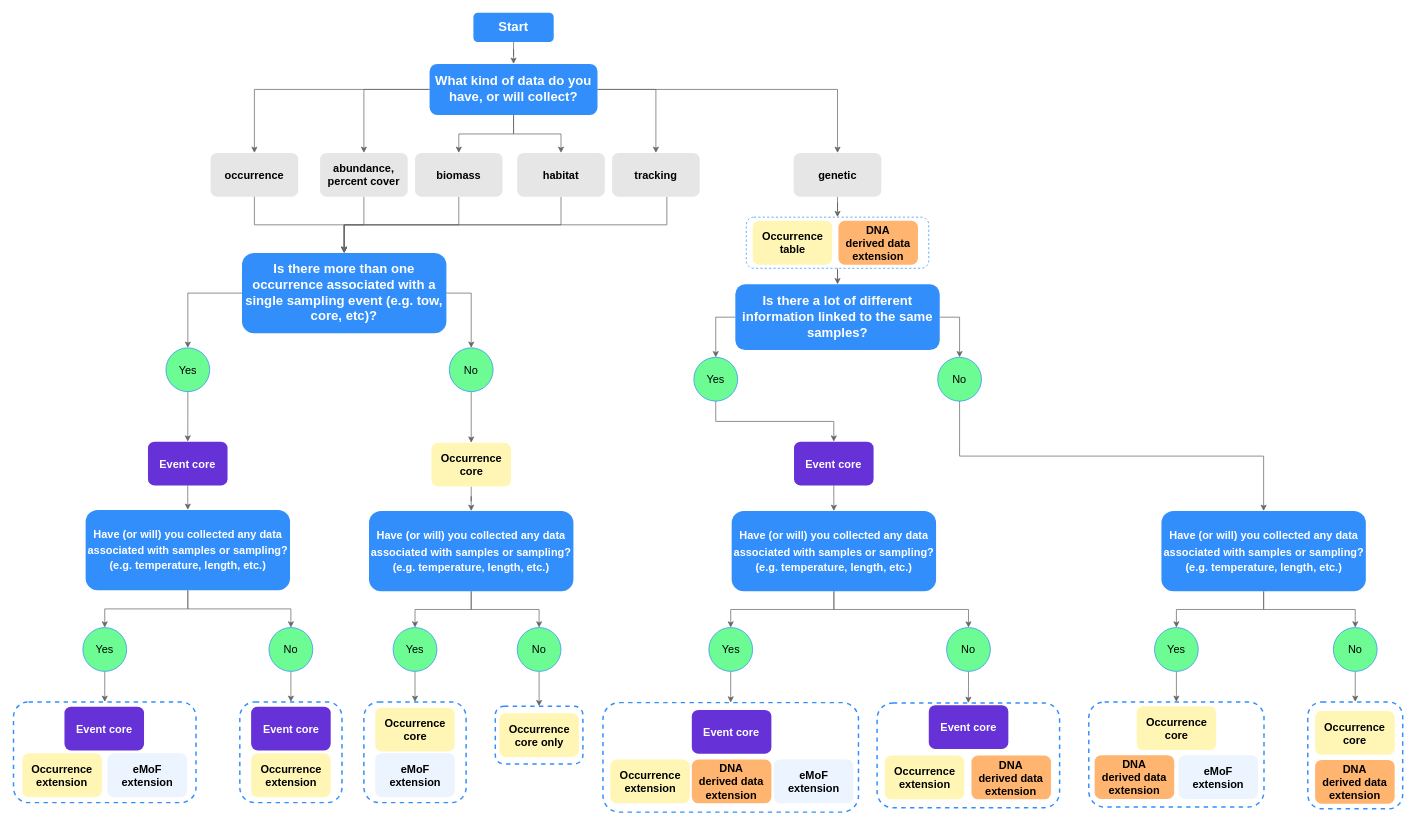
The draw.io diagram OBIS-data.drawio in iobis/manual, before the edit. Source tidied: cells renumbered, new cells numbered last; positions are measured from the earlier drawing's top-left corner, leaving out a move shared by most shapes. Both pictures are drawn from the tidied source at 73%, with x=0, y=0 at pixel (13, 12).
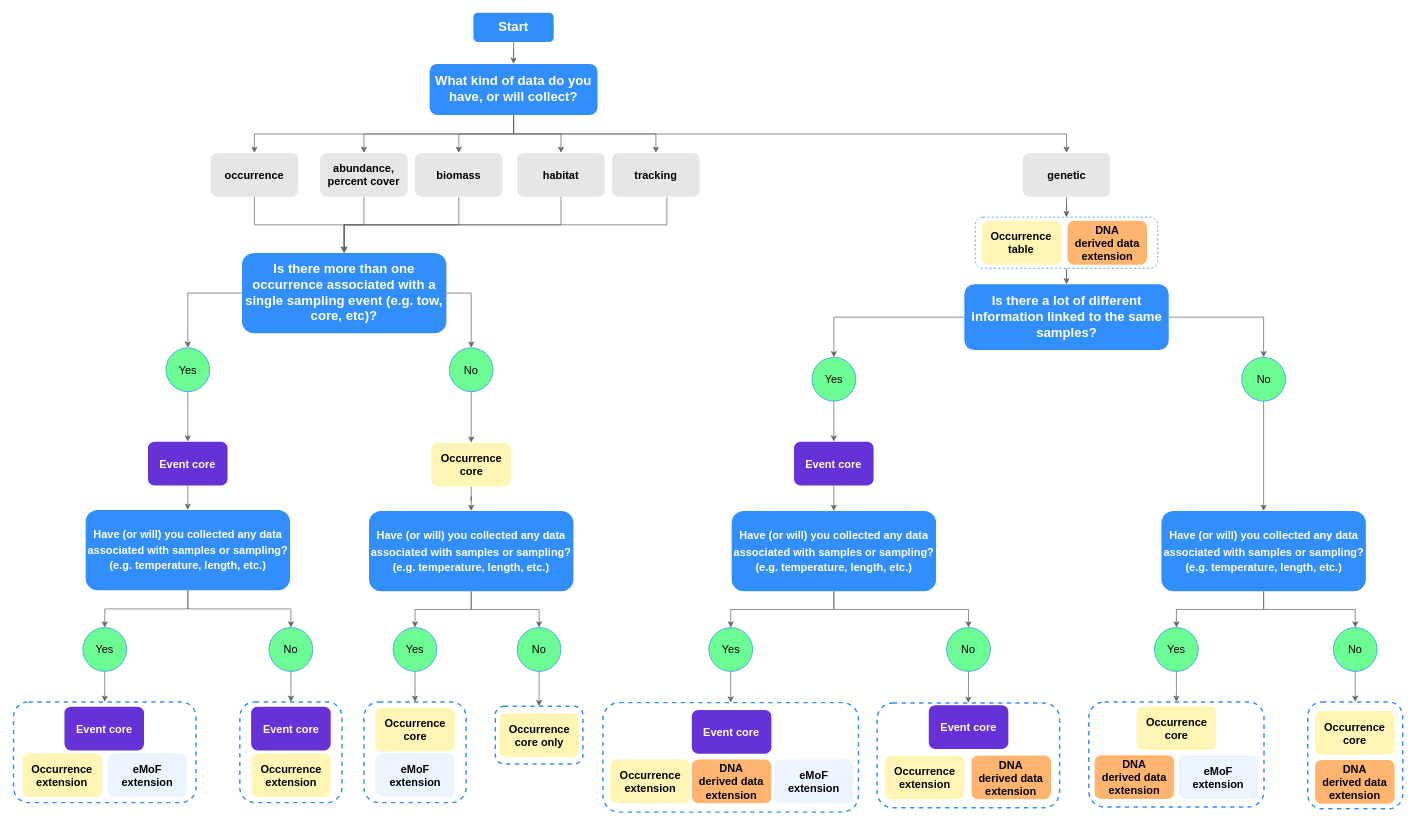
The same diagram, later.

Commit message (it also covers changes not shown here):
small aesthetic change to data structure flowchart

The change refers to these unchanged cells:
```xml
<mxCell id="8" value="What kind of data do you have, or will collect?" style="rounded=1;whiteSpace=wrap;html=1;shadow=0;fillColor=#328EFB;fontStyle=1;fontSize=18;align=center;verticalAlign=middle;fontFamily=Helvetica;fontColor=#FFFFFF;strokeColor=none;" parent="1" vertex="1">
  <mxGeometry x="570" y="70" width="230" height="70" as="geometry" />
</mxCell>
<mxCell id="9" value="occurrence" style="rounded=1;whiteSpace=wrap;html=1;fillColor=#E6E6E6;fontSize=15;fontStyle=1;strokeColor=none;" parent="1" vertex="1">
  <mxGeometry x="270" y="192" width="120" height="60" as="geometry" />
</mxCell>
<mxCell id="16" value="tracking" style="whiteSpace=wrap;html=1;rounded=1;fillColor=#E6E6E6;fontSize=15;fontStyle=1;strokeColor=none;" parent="1" vertex="1">
  <mxGeometry x="820" y="192" width="120" height="60" as="geometry" />
</mxCell>
<mxCell id="23" value="abundance, percent cover" style="whiteSpace=wrap;html=1;rounded=1;fillColor=#E6E6E6;fontSize=15;fontStyle=1;strokeColor=none;" parent="1" vertex="1">
  <mxGeometry x="420" y="192" width="120" height="60" as="geometry" />
</mxCell>
```

Diff of the diagram source:
```diff
@@
-    <mxCell id="2" style="edgeStyle=orthogonalEdgeStyle;rounded=0;jettySize=auto;html=1;fontSize=15;strokeColor=#666666;align=center;verticalAlign=middle;fontFamily=Helvetica;fontColor=default;labelBackgroundColor=default;endArrow=classic;" parent="1" edge="1" source="8" target="9">
+    <mxCell id="2" style="edgeStyle=orthogonalEdgeStyle;rounded=0;jettySize=auto;html=1;fontSize=15;strokeColor=#666666;align=center;verticalAlign=middle;fontFamily=Helvetica;fontColor=default;labelBackgroundColor=default;endArrow=classic;exitX=0.5;exitY=1;exitDx=0;exitDy=0;" parent="1" edge="1" source="8" target="9">
       <mxGeometry relative="1" as="geometry" />
     </mxCell>
-    <mxCell id="3" style="edgeStyle=orthogonalEdgeStyle;rounded=0;jettySize=auto;html=1;fontSize=15;strokeColor=#666666;align=center;verticalAlign=middle;fontFamily=Helvetica;fontColor=default;labelBackgroundColor=default;endArrow=classic;" parent="1" edge="1" source="8" target="11">
+    <mxCell id="3" style="edgeStyle=orthogonalEdgeStyle;rounded=0;jettySize=auto;html=1;fontSize=15;strokeColor=#666666;align=center;verticalAlign=middle;fontFamily=Helvetica;fontColor=default;labelBackgroundColor=default;endArrow=classic;exitX=0.5;exitY=1;exitDx=0;exitDy=0;" parent="1" edge="1" source="8" target="11">
       <mxGeometry relative="1" as="geometry" />
     </mxCell>
-    <mxCell id="4" style="edgeStyle=orthogonalEdgeStyle;rounded=0;jettySize=auto;html=1;fontSize=15;strokeColor=#666666;align=center;verticalAlign=middle;fontFamily=Helvetica;fontColor=default;labelBackgroundColor=default;endArrow=classic;" parent="1" edge="1" source="8" target="23">
+    <mxCell id="4" style="edgeStyle=orthogonalEdgeStyle;rounded=0;jettySize=auto;html=1;fontSize=15;strokeColor=#666666;align=center;verticalAlign=middle;fontFamily=Helvetica;fontColor=default;labelBackgroundColor=default;endArrow=classic;exitX=0.5;exitY=1;exitDx=0;exitDy=0;" parent="1" edge="1" source="8" target="23">
       <mxGeometry relative="1" as="geometry" />
     </mxCell>
@@
-    <mxCell id="7" style="edgeStyle=orthogonalEdgeStyle;rounded=0;jettySize=auto;html=1;fontSize=15;strokeColor=#666666;align=center;verticalAlign=middle;fontFamily=Helvetica;fontColor=default;labelBackgroundColor=default;endArrow=classic;" parent="1" edge="1" source="8" target="16">
+    <mxCell id="7" style="edgeStyle=orthogonalEdgeStyle;rounded=0;jettySize=auto;html=1;fontSize=15;strokeColor=#666666;align=center;verticalAlign=middle;fontFamily=Helvetica;fontColor=default;labelBackgroundColor=default;endArrow=classic;exitX=0.5;exitY=1;exitDx=0;exitDy=0;" parent="1" edge="1" source="8" target="16">
       <mxGeometry relative="1" as="geometry" />
     </mxCell>
@@
     <mxCell id="11" value="genetic" style="whiteSpace=wrap;html=1;rounded=1;fillColor=#E6E6E6;fontSize=15;fontStyle=1;strokeColor=none;" parent="1" vertex="1">
-      <mxGeometry x="1068.8" y="192" width="120" height="60" as="geometry" />
+      <mxGeometry x="1382.5" y="192" width="120" height="60" as="geometry" />
     </mxCell>
@@
     <mxCell id="42" value="Occurrence table" style="whiteSpace=wrap;html=1;rounded=1;fillColor=#FFF6B6;fontSize=15;align=center;verticalAlign=middle;fontFamily=Helvetica;fontColor=default;fontStyle=1;strokeColor=none;" parent="1" vertex="1">
-      <mxGeometry x="1012.5" y="285" width="109" height="60" as="geometry" />
+      <mxGeometry x="1326.2" y="285" width="109" height="60" as="geometry" />
     </mxCell>
@@
     <mxCell id="52" value="DNA&lt;br style=&quot;font-size: 15px;&quot;&gt;derived data&lt;br&gt;extension" style="whiteSpace=wrap;html=1;rounded=1;fillColor=#FFB570;fontSize=15;strokeColor=none;fontStyle=1;" parent="1" vertex="1">
-      <mxGeometry x="1130" y="285" width="109" height="60" as="geometry" />
+      <mxGeometry x="1443.8" y="285" width="109" height="60" as="geometry" />
     </mxCell>
@@
     <mxCell id="73" value="&lt;span class=&quot;notion-enable-hover&quot;&gt;&lt;font style=&quot;color: rgb(255, 255, 255);&quot;&gt;Is there a lot of different information linked to the same samples?&lt;/font&gt;&lt;/span&gt;" style="whiteSpace=wrap;html=1;rounded=1;fontStyle=1;fillColor=#328EFB;fontSize=18;align=center;verticalAlign=middle;fontFamily=Helvetica;fontColor=#FFFFFF;strokeColor=none;" parent="1" vertex="1">
-      <mxGeometry x="988.8" y="372" width="280" height="90" as="geometry" />
+      <mxGeometry x="1302.5" y="372" width="280" height="90" as="geometry" />
     </mxCell>
@@
     <mxCell id="76" value="Yes" style="ellipse;whiteSpace=wrap;html=1;fillColor=#6DFB94;fontSize=15;strokeColor=#328EFB;align=center;verticalAlign=middle;fontFamily=Helvetica;fontColor=default;" parent="1" vertex="1">
-      <mxGeometry x="932" y="472" width="60" height="60" as="geometry" />
+      <mxGeometry x="1093.8" y="472" width="60" height="60" as="geometry" />
     </mxCell>
     <mxCell id="77" value="No" style="ellipse;whiteSpace=wrap;html=1;fillColor=#6DFB94;fontSize=15;strokeColor=#328EFB;align=center;verticalAlign=middle;fontFamily=Helvetica;fontColor=default;" parent="1" vertex="1">
-      <mxGeometry x="1266" y="472" width="60" height="60" as="geometry" />
+      <mxGeometry x="1682.5" y="472" width="60" height="60" as="geometry" />
     </mxCell>
@@
     <mxCell id="102" style="rounded=1;whiteSpace=wrap;html=1;fillColor=none;strokeColor=#328EFB;dashed=1;" parent="1" vertex="1">
-      <mxGeometry x="1003.8" y="280" width="250" height="70" as="geometry" />
+      <mxGeometry x="1317.5" y="280" width="250" height="70" as="geometry" />
     </mxCell>
```
